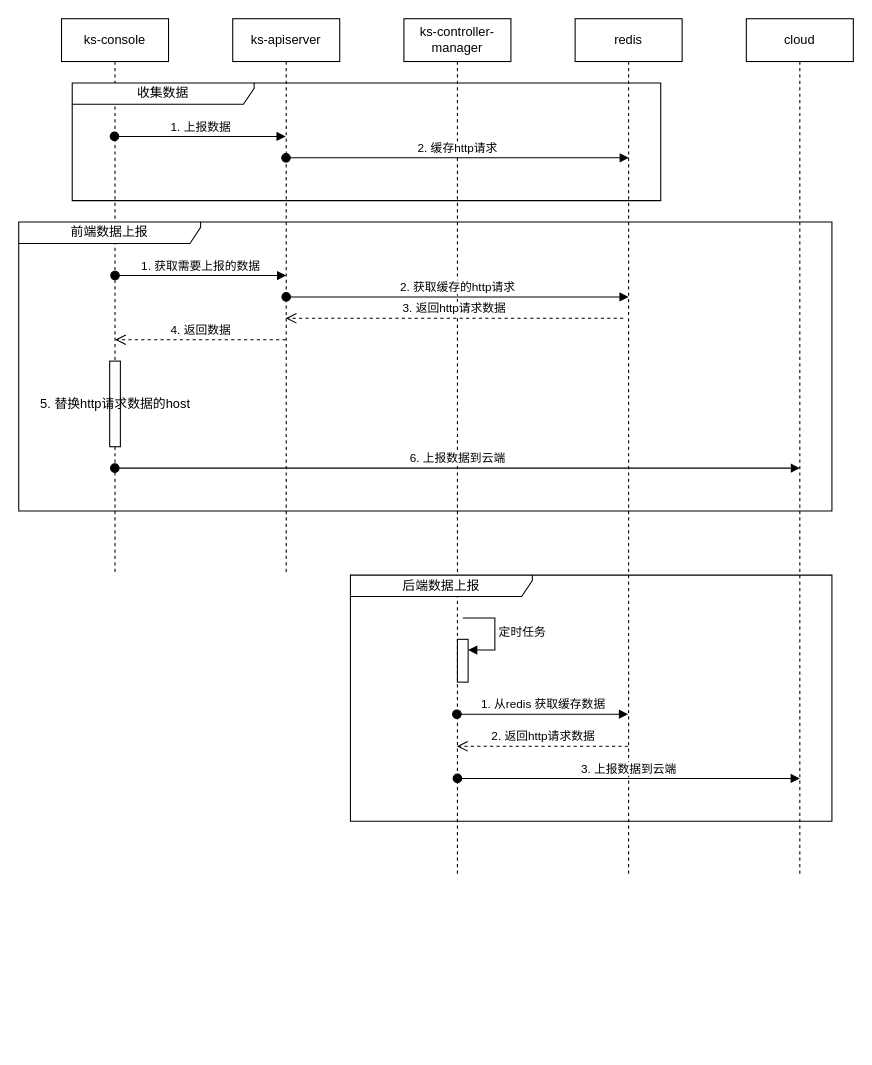
redscholar/drawio keeps this draw.io diagram as kubesphere/kse/telemetry.drawio. Above is the earlier version. Source tidied: cells renumbered, new cells numbered last; positions are measured from the earlier drawing's top-left corner, leaving out a move shared by most shapes. Both pictures are drawn from the tidied source at 107%, with x=0, y=0 at pixel (18, 18).
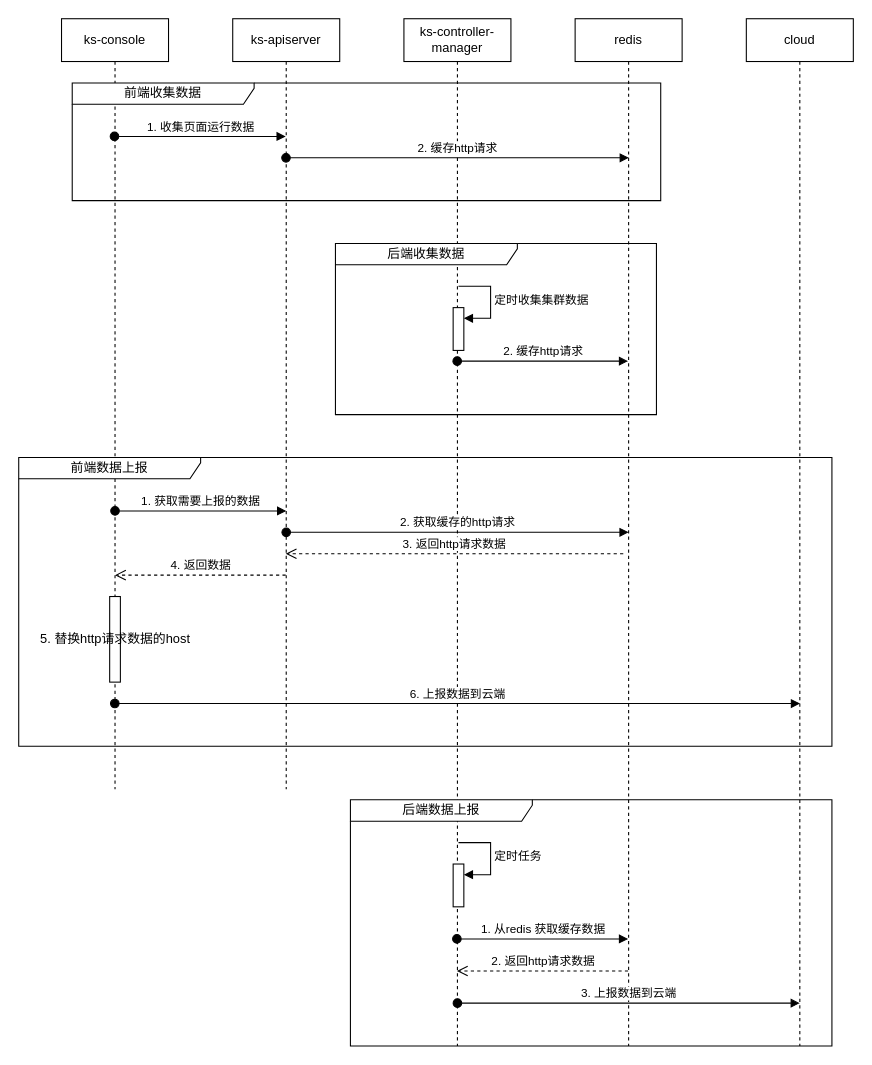
The same diagram, later.

The edit, as a diff of the source:
```diff
@@
     <mxCell id="2" value="ks-console" style="shape=umlLifeline;perimeter=lifelinePerimeter;whiteSpace=wrap;html=1;newEdgeStyle={&quot;curved&quot;:0,&quot;rounded&quot;:0};" parent="1" vertex="1">
-      <mxGeometry x="40" width="100" height="520" as="geometry" />
+      <mxGeometry x="40" width="100" height="720" as="geometry" />
     </mxCell>
     <mxCell id="3" value="5. 替换http请求数据的host" style="html=1;perimeter=orthogonalPerimeter;targetShapes=umlLifeline;newEdgeStyle={&quot;curved&quot;:0,&quot;rounded&quot;:0};" parent="2" vertex="1">
-      <mxGeometry x="45" y="320" width="10" height="80" as="geometry" />
+      <mxGeometry x="45" y="540" width="10" height="80" as="geometry" />
     </mxCell>
     <mxCell id="4" value="ks-apiserver" style="shape=umlLifeline;perimeter=lifelinePerimeter;whiteSpace=wrap;html=1;outlineConnect=0;portConstraint=eastwest;newEdgeStyle={&quot;curved&quot;:0,&quot;rounded&quot;:0};" parent="1" vertex="1">
-      <mxGeometry x="200" width="100" height="520" as="geometry" />
+      <mxGeometry x="200" width="100" height="720" as="geometry" />
     </mxCell>
     <mxCell id="5" value="ks-controller-manager" style="shape=umlLifeline;perimeter=lifelinePerimeter;whiteSpace=wrap;html=1;newEdgeStyle={&quot;curved&quot;:0,&quot;rounded&quot;:0};" parent="1" vertex="1">
-      <mxGeometry x="360" width="100" height="800" as="geometry" />
+      <mxGeometry x="360" width="100" height="960" as="geometry" />
     </mxCell>
     <mxCell id="6" style="html=1;points=[[0,0,0,0,5],[0,1,0,0,-5],[1,0,0,0,5],[1,1,0,0,-5]];perimeter=orthogonalPerimeter;outlineConnect=0;targetShapes=umlLifeline;portConstraint=eastwest;newEdgeStyle={&quot;curved&quot;:0,&quot;rounded&quot;:0};" parent="5" vertex="1">
-      <mxGeometry x="50" y="580" width="10" height="40" as="geometry" />
+      <mxGeometry x="46" y="790" width="10" height="40" as="geometry" />
     </mxCell>
     <mxCell id="7" value="定时任务" style="html=1;align=left;spacingLeft=2;endArrow=block;rounded=0;edgeStyle=orthogonalEdgeStyle;curved=0;rounded=0;" parent="5" edge="1" target="6">
       <mxGeometry relative="1" as="geometry">
-        <mxPoint x="55" y="560" as="sourcePoint" />
+        <mxPoint x="51" y="770" as="sourcePoint" />
         <Array as="points">
-          <mxPoint x="85" y="590" />
+          <mxPoint x="81" y="800" />
         </Array>
       </mxGeometry>
     </mxCell>
-    <mxCell id="8" value="1. 上报数据" style="html=1;verticalAlign=bottom;startArrow=oval;startFill=1;endArrow=block;startSize=8;curved=0;rounded=0;" parent="1" edge="1">
+    <mxCell id="8" value="1. 收集页面运行数据" style="html=1;verticalAlign=bottom;startArrow=oval;startFill=1;endArrow=block;startSize=8;curved=0;rounded=0;" parent="1" edge="1">
       <mxGeometry relative="1" as="geometry">
         <mxPoint x="89.5" y="110" as="sourcePoint" />
         <mxPoint x="249.5" y="110" as="targetPoint" />
       </mxGeometry>
     </mxCell>
     <mxCell id="9" value="redis" style="shape=umlLifeline;perimeter=lifelinePerimeter;whiteSpace=wrap;html=1;newEdgeStyle={&quot;curved&quot;:0,&quot;rounded&quot;:0};" parent="1" vertex="1">
-      <mxGeometry x="520" width="100" height="800" as="geometry" />
+      <mxGeometry x="520" width="100" height="960" as="geometry" />
     </mxCell>
@@
     <mxCell id="11" value="cloud" style="shape=umlLifeline;perimeter=lifelinePerimeter;whiteSpace=wrap;html=1;newEdgeStyle={&quot;curved&quot;:0,&quot;rounded&quot;:0};" parent="1" vertex="1">
-      <mxGeometry x="680" width="100" height="800" as="geometry" />
+      <mxGeometry x="680" width="100" height="960" as="geometry" />
     </mxCell>
     <mxCell id="12" value="1. 获取需要上报的数据" style="html=1;verticalAlign=bottom;startArrow=oval;startFill=1;endArrow=block;startSize=8;curved=0;rounded=0;" parent="1" edge="1">
       <mxGeometry relative="1" as="geometry">
-        <mxPoint x="90" y="240" as="sourcePoint" />
-        <mxPoint x="250" y="240" as="targetPoint" />
+        <mxPoint x="90" y="460" as="sourcePoint" />
+        <mxPoint x="250" y="460" as="targetPoint" />
       </mxGeometry>
     </mxCell>
-    <mxCell id="13" value="收集数据" style="shape=umlFrame;whiteSpace=wrap;html=1;width=170;height=20;" parent="1" vertex="1">
+    <mxCell id="13" value="前端收集数据" style="shape=umlFrame;whiteSpace=wrap;html=1;width=170;height=20;" parent="1" vertex="1">
       <mxGeometry x="50" y="60" width="550" height="110" as="geometry" />
     </mxCell>
     <mxCell id="14" value="前端数据上报" style="shape=umlFrame;whiteSpace=wrap;html=1;width=170;height=20;" parent="1" vertex="1">
-      <mxGeometry y="190" width="760" height="270" as="geometry" />
+      <mxGeometry y="410" width="760" height="270" as="geometry" />
     </mxCell>
     <mxCell id="15" value="2. 获取缓存的http请求" style="html=1;verticalAlign=bottom;startArrow=oval;startFill=1;endArrow=block;startSize=8;curved=0;rounded=0;" parent="1" edge="1">
       <mxGeometry relative="1" as="geometry">
-        <mxPoint x="250" y="260" as="sourcePoint" />
-        <mxPoint x="570" y="260" as="targetPoint" />
+        <mxPoint x="250" y="480" as="sourcePoint" />
+        <mxPoint x="570" y="480" as="targetPoint" />
       </mxGeometry>
     </mxCell>
-    <mxCell id="16" value="3. 返回http请求数据" style="html=1;verticalAlign=bottom;endArrow=open;dashed=1;endSize=8;curved=0;rounded=0;" parent="1" edge="1" target="4">
+    <mxCell id="16" value="3. 返回http请求数据" style="html=1;verticalAlign=bottom;endArrow=open;dashed=1;endSize=8;curved=0;rounded=0;" parent="1" edge="1">
       <mxGeometry relative="1" as="geometry">
-        <mxPoint x="565" y="280" as="sourcePoint" />
+        <mxPoint x="565" y="500" as="sourcePoint" />
+        <mxPoint x="249.5" y="500" as="targetPoint" />
       </mxGeometry>
     </mxCell>
-    <mxCell id="17" value="4. 返回数据" style="html=1;verticalAlign=bottom;endArrow=open;dashed=1;endSize=8;curved=0;rounded=0;" parent="1" edge="1" source="4">
+    <mxCell id="17" value="4. 返回数据" style="html=1;verticalAlign=bottom;endArrow=open;dashed=1;endSize=8;curved=0;rounded=0;" parent="1" edge="1">
       <mxGeometry relative="1" as="geometry">
-        <mxPoint x="90" y="300" as="targetPoint" />
+        <mxPoint x="249.5" y="520" as="sourcePoint" />
+        <mxPoint x="90" y="520" as="targetPoint" />
       </mxGeometry>
     </mxCell>
     <mxCell id="18" value="6. 上报数据到云端" style="html=1;verticalAlign=bottom;startArrow=oval;startFill=1;endArrow=block;startSize=8;curved=0;rounded=0;" parent="1" edge="1">
       <mxGeometry relative="1" as="geometry">
-        <mxPoint x="89.8" y="420" as="sourcePoint" />
-        <mxPoint x="730.2" y="420" as="targetPoint" />
+        <mxPoint x="89.8" y="640" as="sourcePoint" />
+        <mxPoint x="730.2" y="640" as="targetPoint" />
       </mxGeometry>
     </mxCell>
     <mxCell id="19" value="后端数据上报" style="shape=umlFrame;whiteSpace=wrap;html=1;width=170;height=20;" parent="1" vertex="1">
-      <mxGeometry x="310" y="520" width="450" height="230" as="geometry" />
+      <mxGeometry x="310" y="730" width="450" height="230" as="geometry" />
     </mxCell>
     <mxCell id="20" value="1. 从redis 获取缓存数据" style="html=1;verticalAlign=bottom;startArrow=oval;startFill=1;endArrow=block;startSize=8;curved=0;rounded=0;" parent="1" edge="1">
       <mxGeometry relative="1" as="geometry">
-        <mxPoint x="409.5" y="650" as="sourcePoint" />
-        <mxPoint x="569.5" y="650" as="targetPoint" />
+        <mxPoint x="409.5" y="860" as="sourcePoint" />
+        <mxPoint x="569.5" y="860" as="targetPoint" />
       </mxGeometry>
     </mxCell>
     <mxCell id="21" value="2. 返回http请求数据" style="html=1;verticalAlign=bottom;endArrow=open;dashed=1;endSize=8;curved=0;rounded=0;" parent="1" edge="1">
       <mxGeometry relative="1" as="geometry">
-        <mxPoint x="569.5" y="680" as="sourcePoint" />
-        <mxPoint x="409.5" y="680" as="targetPoint" />
+        <mxPoint x="569.5" y="890" as="sourcePoint" />
+        <mxPoint x="409.5" y="890" as="targetPoint" />
       </mxGeometry>
     </mxCell>
     <mxCell id="22" value="3. 上报数据到云端" style="html=1;verticalAlign=bottom;startArrow=oval;startFill=1;endArrow=block;startSize=8;curved=0;rounded=0;" parent="1" edge="1">
       <mxGeometry relative="1" as="geometry">
-        <mxPoint x="410" y="710" as="sourcePoint" />
-        <mxPoint x="730" y="710" as="targetPoint" />
+        <mxPoint x="410" y="920" as="sourcePoint" />
+        <mxPoint x="730" y="920" as="targetPoint" />
       </mxGeometry>
     </mxCell>
+    <mxCell id="23" value="2. 缓存http请求" style="html=1;verticalAlign=bottom;startArrow=oval;startFill=1;endArrow=block;startSize=8;curved=0;rounded=0;" parent="1" edge="1">
+      <mxGeometry relative="1" as="geometry">
+        <mxPoint x="409.8" y="320" as="sourcePoint" />
+        <mxPoint x="569.5" y="320" as="targetPoint" />
+      </mxGeometry>
+    </mxCell>
+    <mxCell id="24" value="后端收集数据" style="shape=umlFrame;whiteSpace=wrap;html=1;width=170;height=20;" parent="1" vertex="1">
+      <mxGeometry x="296" y="210" width="300" height="160" as="geometry" />
+    </mxCell>
+    <mxCell id="25" style="html=1;points=[[0,0,0,0,5],[0,1,0,0,-5],[1,0,0,0,5],[1,1,0,0,-5]];perimeter=orthogonalPerimeter;outlineConnect=0;targetShapes=umlLifeline;portConstraint=eastwest;newEdgeStyle={&quot;curved&quot;:0,&quot;rounded&quot;:0};" parent="1" vertex="1">
+      <mxGeometry x="406" y="270" width="10" height="40" as="geometry" />
+    </mxCell>
+    <mxCell id="26" value="定时收集集群数据" style="html=1;align=left;spacingLeft=2;endArrow=block;rounded=0;edgeStyle=orthogonalEdgeStyle;curved=0;rounded=0;" parent="1" edge="1" target="25">
+      <mxGeometry relative="1" as="geometry">
+        <mxPoint x="411" y="250" as="sourcePoint" />
+        <Array as="points">
+          <mxPoint x="441" y="280" />
+        </Array>
+      </mxGeometry>
+    </mxCell>
```
